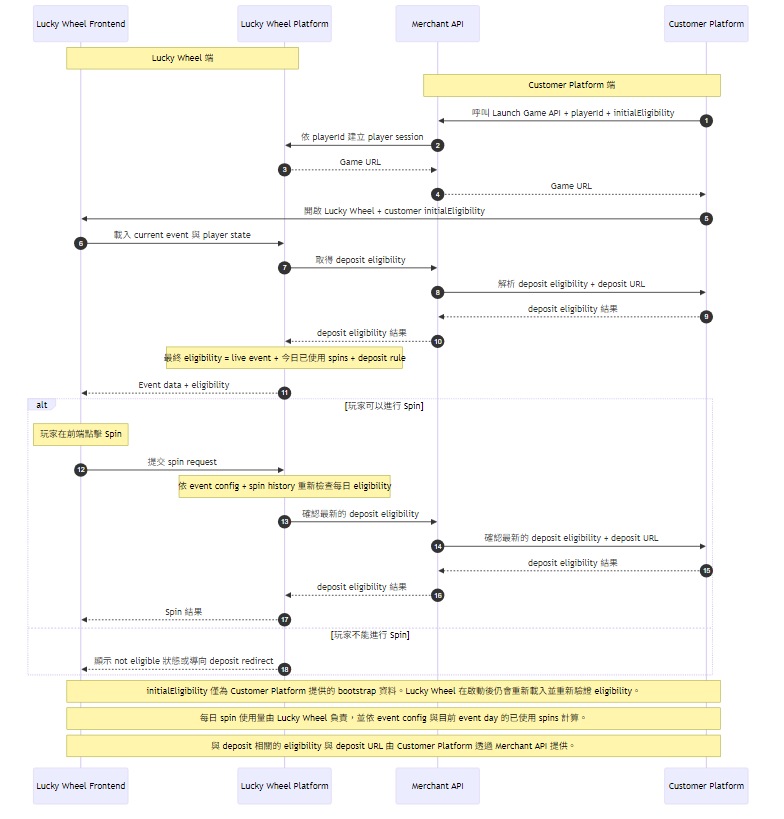
This is LuckyWheel_Dataflow_Diagram_Public_zh-TW.png from ElricStormking/LuckyWheelLeaderboard, a Mermaid export, as it was before one commit. Its source is kept beside it as LuckyWheel_Dataflow_Diagram_Public_zh-TW.mmd. Its diagram source:
```mermaid
sequenceDiagram
    autonumber
    participant LWF as Lucky Wheel Frontend
    participant LWP as Lucky Wheel Platform
    participant MAP as Merchant API
    participant CP as Customer Platform

    Note over LWF,LWP: Lucky Wheel 端
    Note over MAP,CP: Customer Platform 端

    CP->>MAP: 呼叫 Launch Game API + playerId + initialEligibility
    MAP->>LWP: 依 playerId 建立 player session
    LWP-->>MAP: Game URL
    MAP-->>CP: Game URL
    CP->>LWF: 開啟 Lucky Wheel + customer initialEligibility

    LWF->>LWP: 載入 current event 與 player state
    LWP->>MAP: 取得 deposit eligibility
    MAP->>CP: 解析 deposit eligibility + deposit URL
    CP-->>MAP: deposit eligibility 結果
    MAP-->>LWP: deposit eligibility 結果
    Note over LWP: 最終 eligibility = live event + 今日已使用 spins + deposit rule
    LWP-->>LWF: Event data + eligibility

    alt 玩家可以進行 Spin
        Note over LWF: 玩家在前端點擊 Spin
        LWF->>LWP: 提交 spin request
        Note over LWP: 依 event config + spin history 重新檢查每日 eligibility
        LWP->>MAP: 確認最新的 deposit eligibility
        MAP->>CP: 確認最新的 deposit eligibility + deposit URL
        CP-->>MAP: deposit eligibility 結果
        MAP-->>LWP: deposit eligibility 結果
        LWP-->>LWF: Spin 結果
    else 玩家不能進行 Spin
        LWP-->>LWF: 顯示 not eligible 狀態或導向 deposit redirect
    end

    Note over LWF,CP: initialEligibility 僅為 Customer Platform 提供的 bootstrap 資料。Lucky Wheel 在啟動後仍會重新載入並重新驗證 eligibility。
    Note over LWF,CP: 每日 spin 使用量由 Lucky Wheel 負責，並依 event config 與目前 event day 的已使用 spins 計算。
    Note over LWF,CP: 與 deposit 相關的 eligibility 與 deposit URL 由 Customer Platform 透過 Merchant API 提供。
```
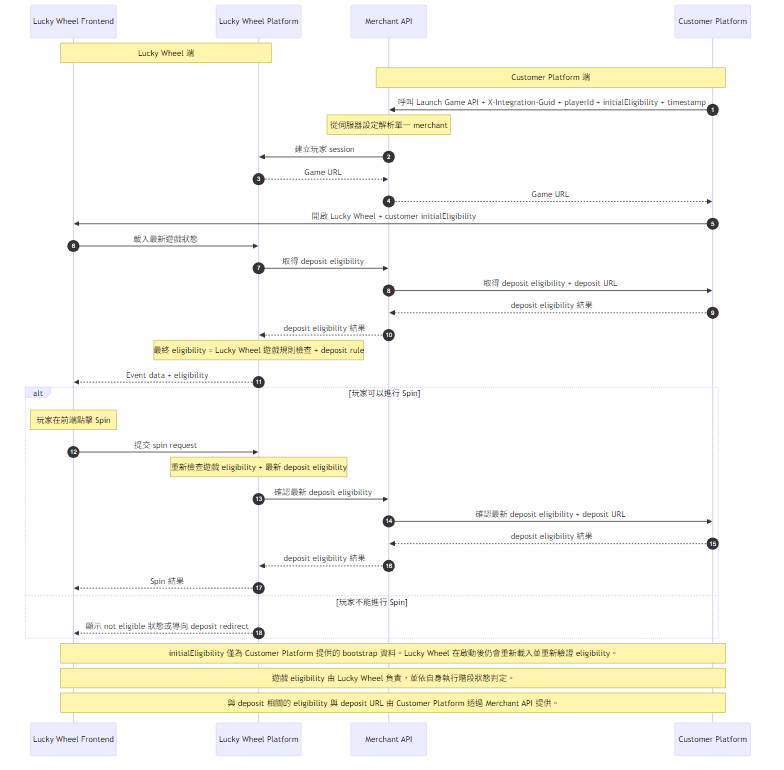
After the commit.

The edit, as a diff of the source:
```diff
@@ -8,26 +8,27 @@
     Note over LWF,LWP: Lucky Wheel 端
     Note over MAP,CP: Customer Platform 端
 
-    CP->>MAP: 呼叫 Launch Game API + playerId + initialEligibility
-    MAP->>LWP: 依 playerId 建立 player session
+    CP->>MAP: 呼叫 Launch Game API + X-Integration-Guid + playerId + initialEligibility + timestamp
+    Note over MAP: 從伺服器設定解析單一 merchant
+    MAP->>LWP: 建立玩家 session
     LWP-->>MAP: Game URL
     MAP-->>CP: Game URL
     CP->>LWF: 開啟 Lucky Wheel + customer initialEligibility
 
-    LWF->>LWP: 載入 current event 與 player state
+    LWF->>LWP: 載入最新遊戲狀態
     LWP->>MAP: 取得 deposit eligibility
-    MAP->>CP: 解析 deposit eligibility + deposit URL
+    MAP->>CP: 取得 deposit eligibility + deposit URL
     CP-->>MAP: deposit eligibility 結果
     MAP-->>LWP: deposit eligibility 結果
-    Note over LWP: 最終 eligibility = live event + 今日已使用 spins + deposit rule
+    Note over LWP: 最終 eligibility = Lucky Wheel 遊戲規則檢查 + deposit rule
     LWP-->>LWF: Event data + eligibility
 
     alt 玩家可以進行 Spin
         Note over LWF: 玩家在前端點擊 Spin
         LWF->>LWP: 提交 spin request
-        Note over LWP: 依 event config + spin history 重新檢查每日 eligibility
-        LWP->>MAP: 確認最新的 deposit eligibility
-        MAP->>CP: 確認最新的 deposit eligibility + deposit URL
+        Note over LWP: 重新檢查遊戲 eligibility + 最新 deposit eligibility
+        LWP->>MAP: 確認最新 deposit eligibility
+        MAP->>CP: 確認最新 deposit eligibility + deposit URL
         CP-->>MAP: deposit eligibility 結果
         MAP-->>LWP: deposit eligibility 結果
         LWP-->>LWF: Spin 結果
@@ -36,5 +37,5 @@
     end
 
     Note over LWF,CP: initialEligibility 僅為 Customer Platform 提供的 bootstrap 資料。Lucky Wheel 在啟動後仍會重新載入並重新驗證 eligibility。
-    Note over LWF,CP: 每日 spin 使用量由 Lucky Wheel 負責，並依 event config 與目前 event day 的已使用 spins 計算。
+    Note over LWF,CP: 遊戲 eligibility 由 Lucky Wheel 負責，並依自身執行階段狀態判定。
     Note over LWF,CP: 與 deposit 相關的 eligibility 與 deposit URL 由 Customer Platform 透過 Merchant API 提供。
```
